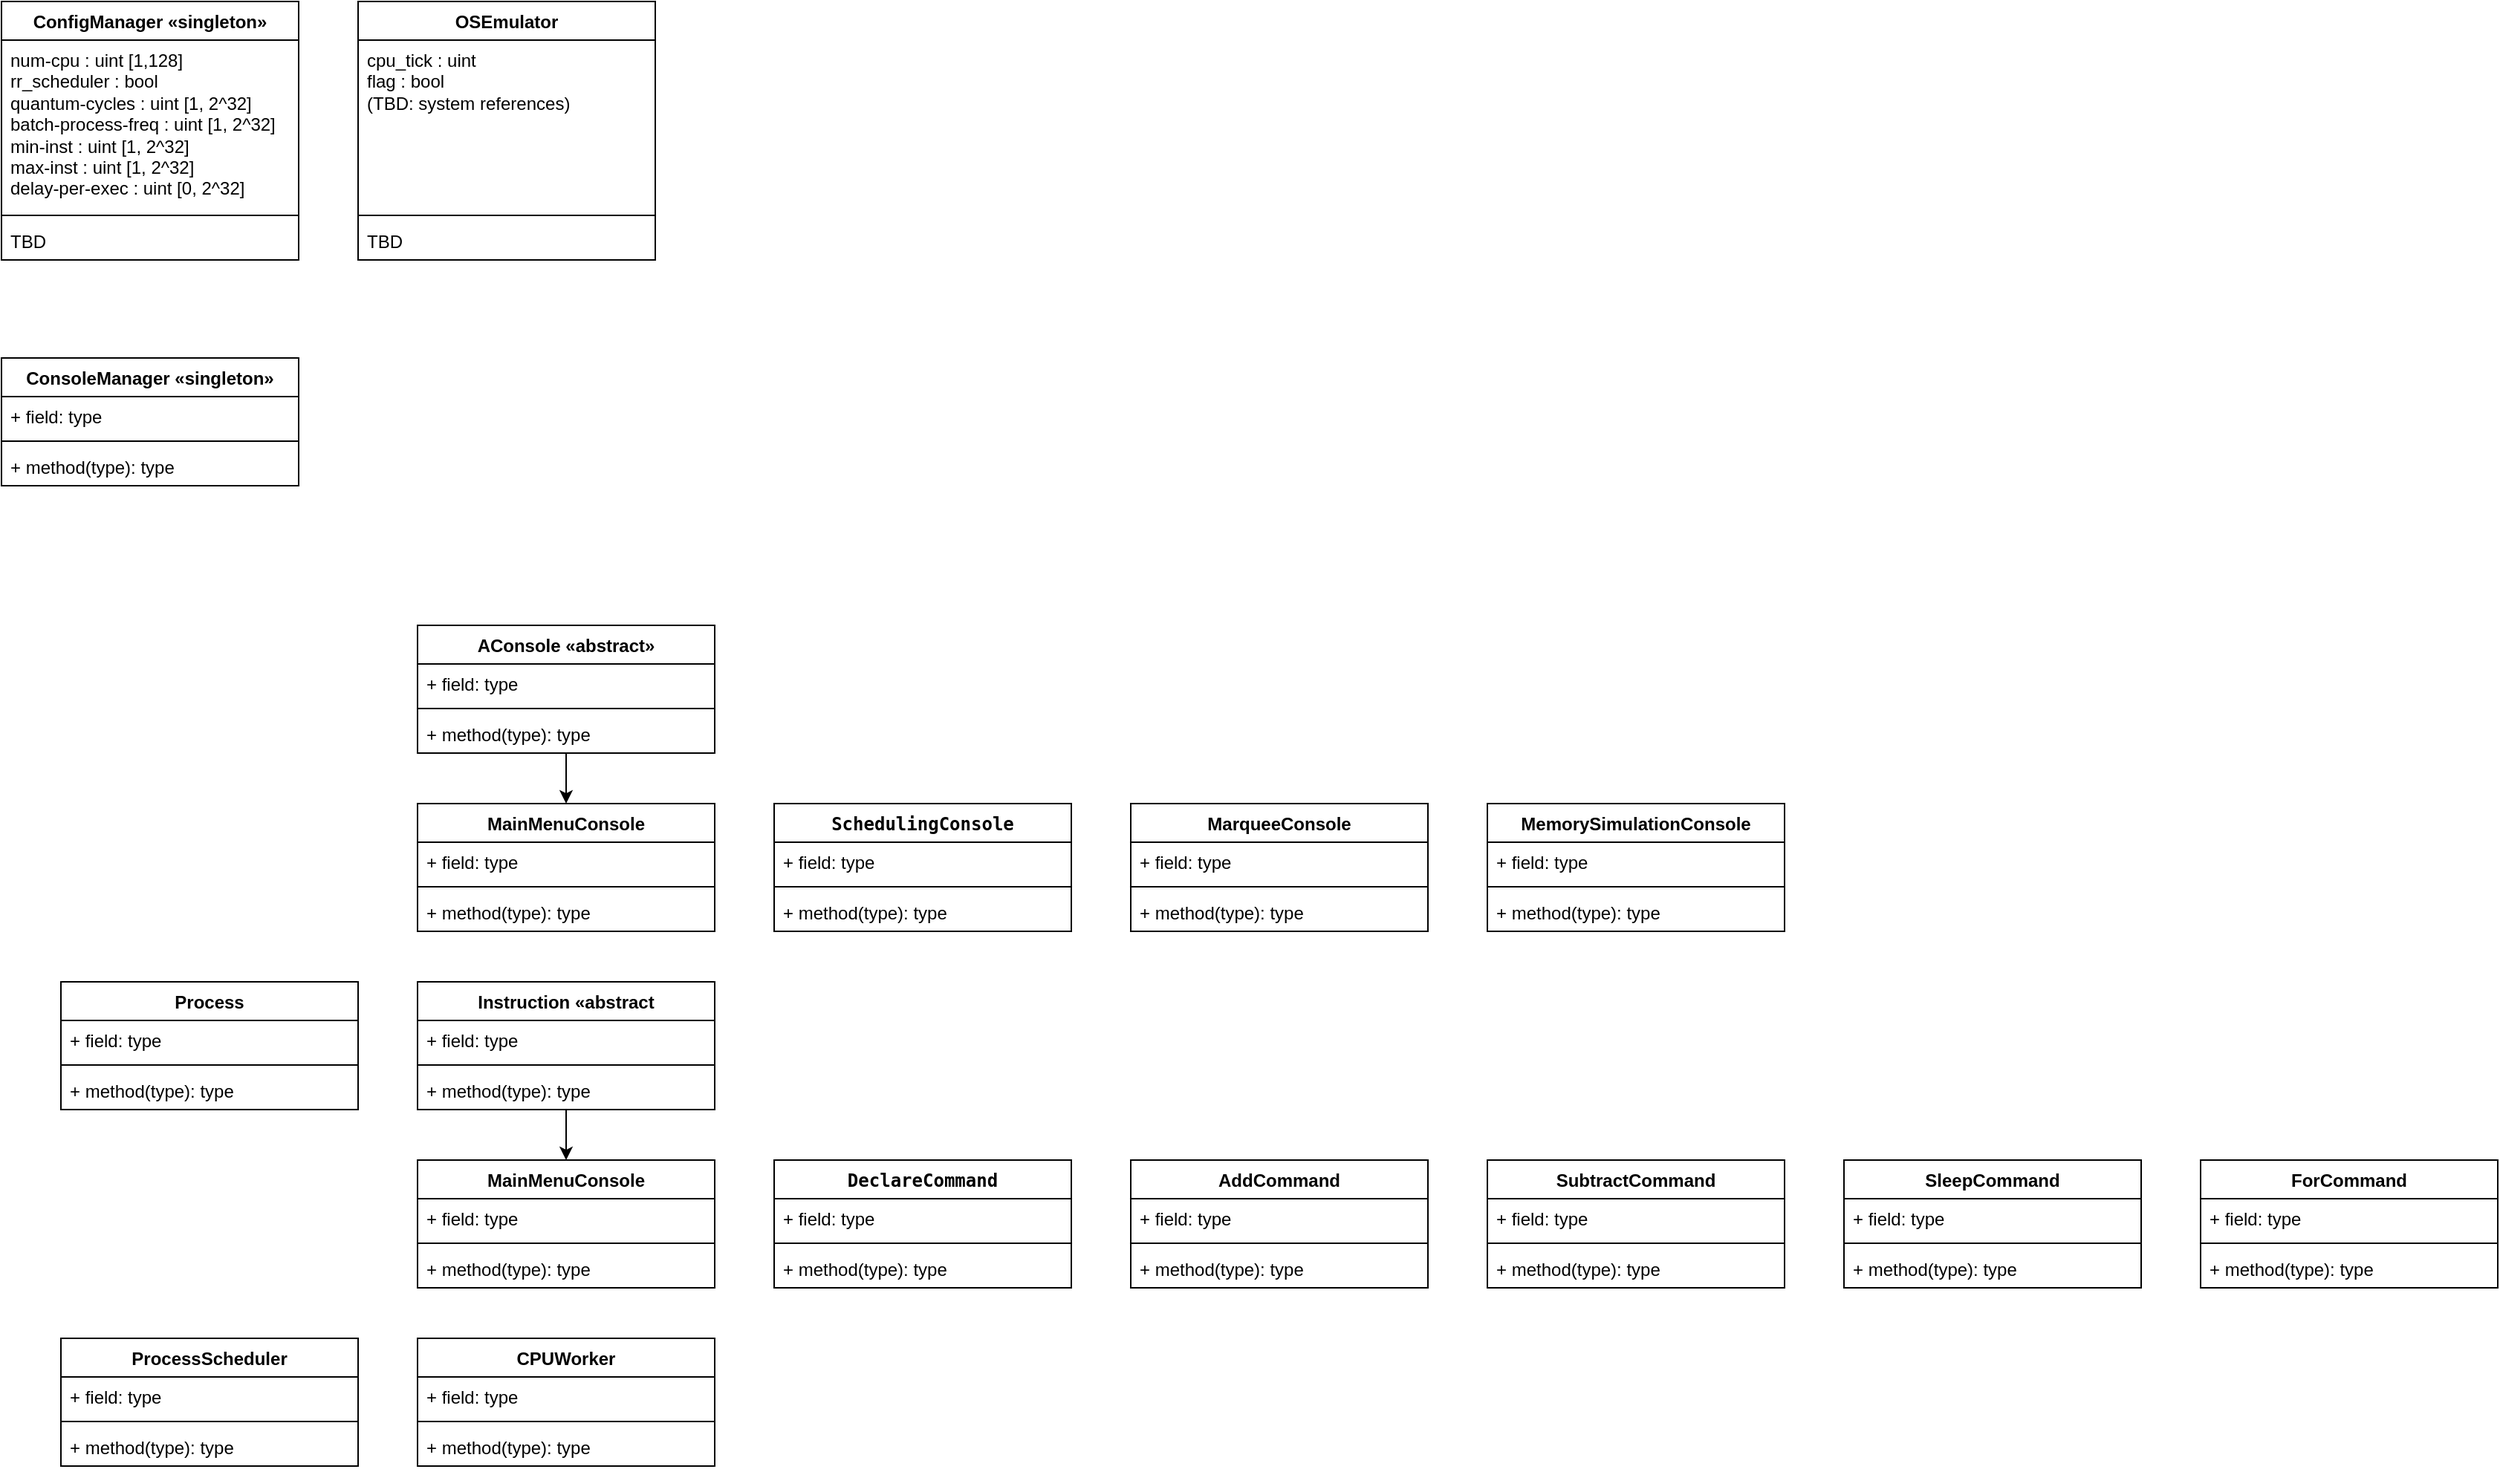
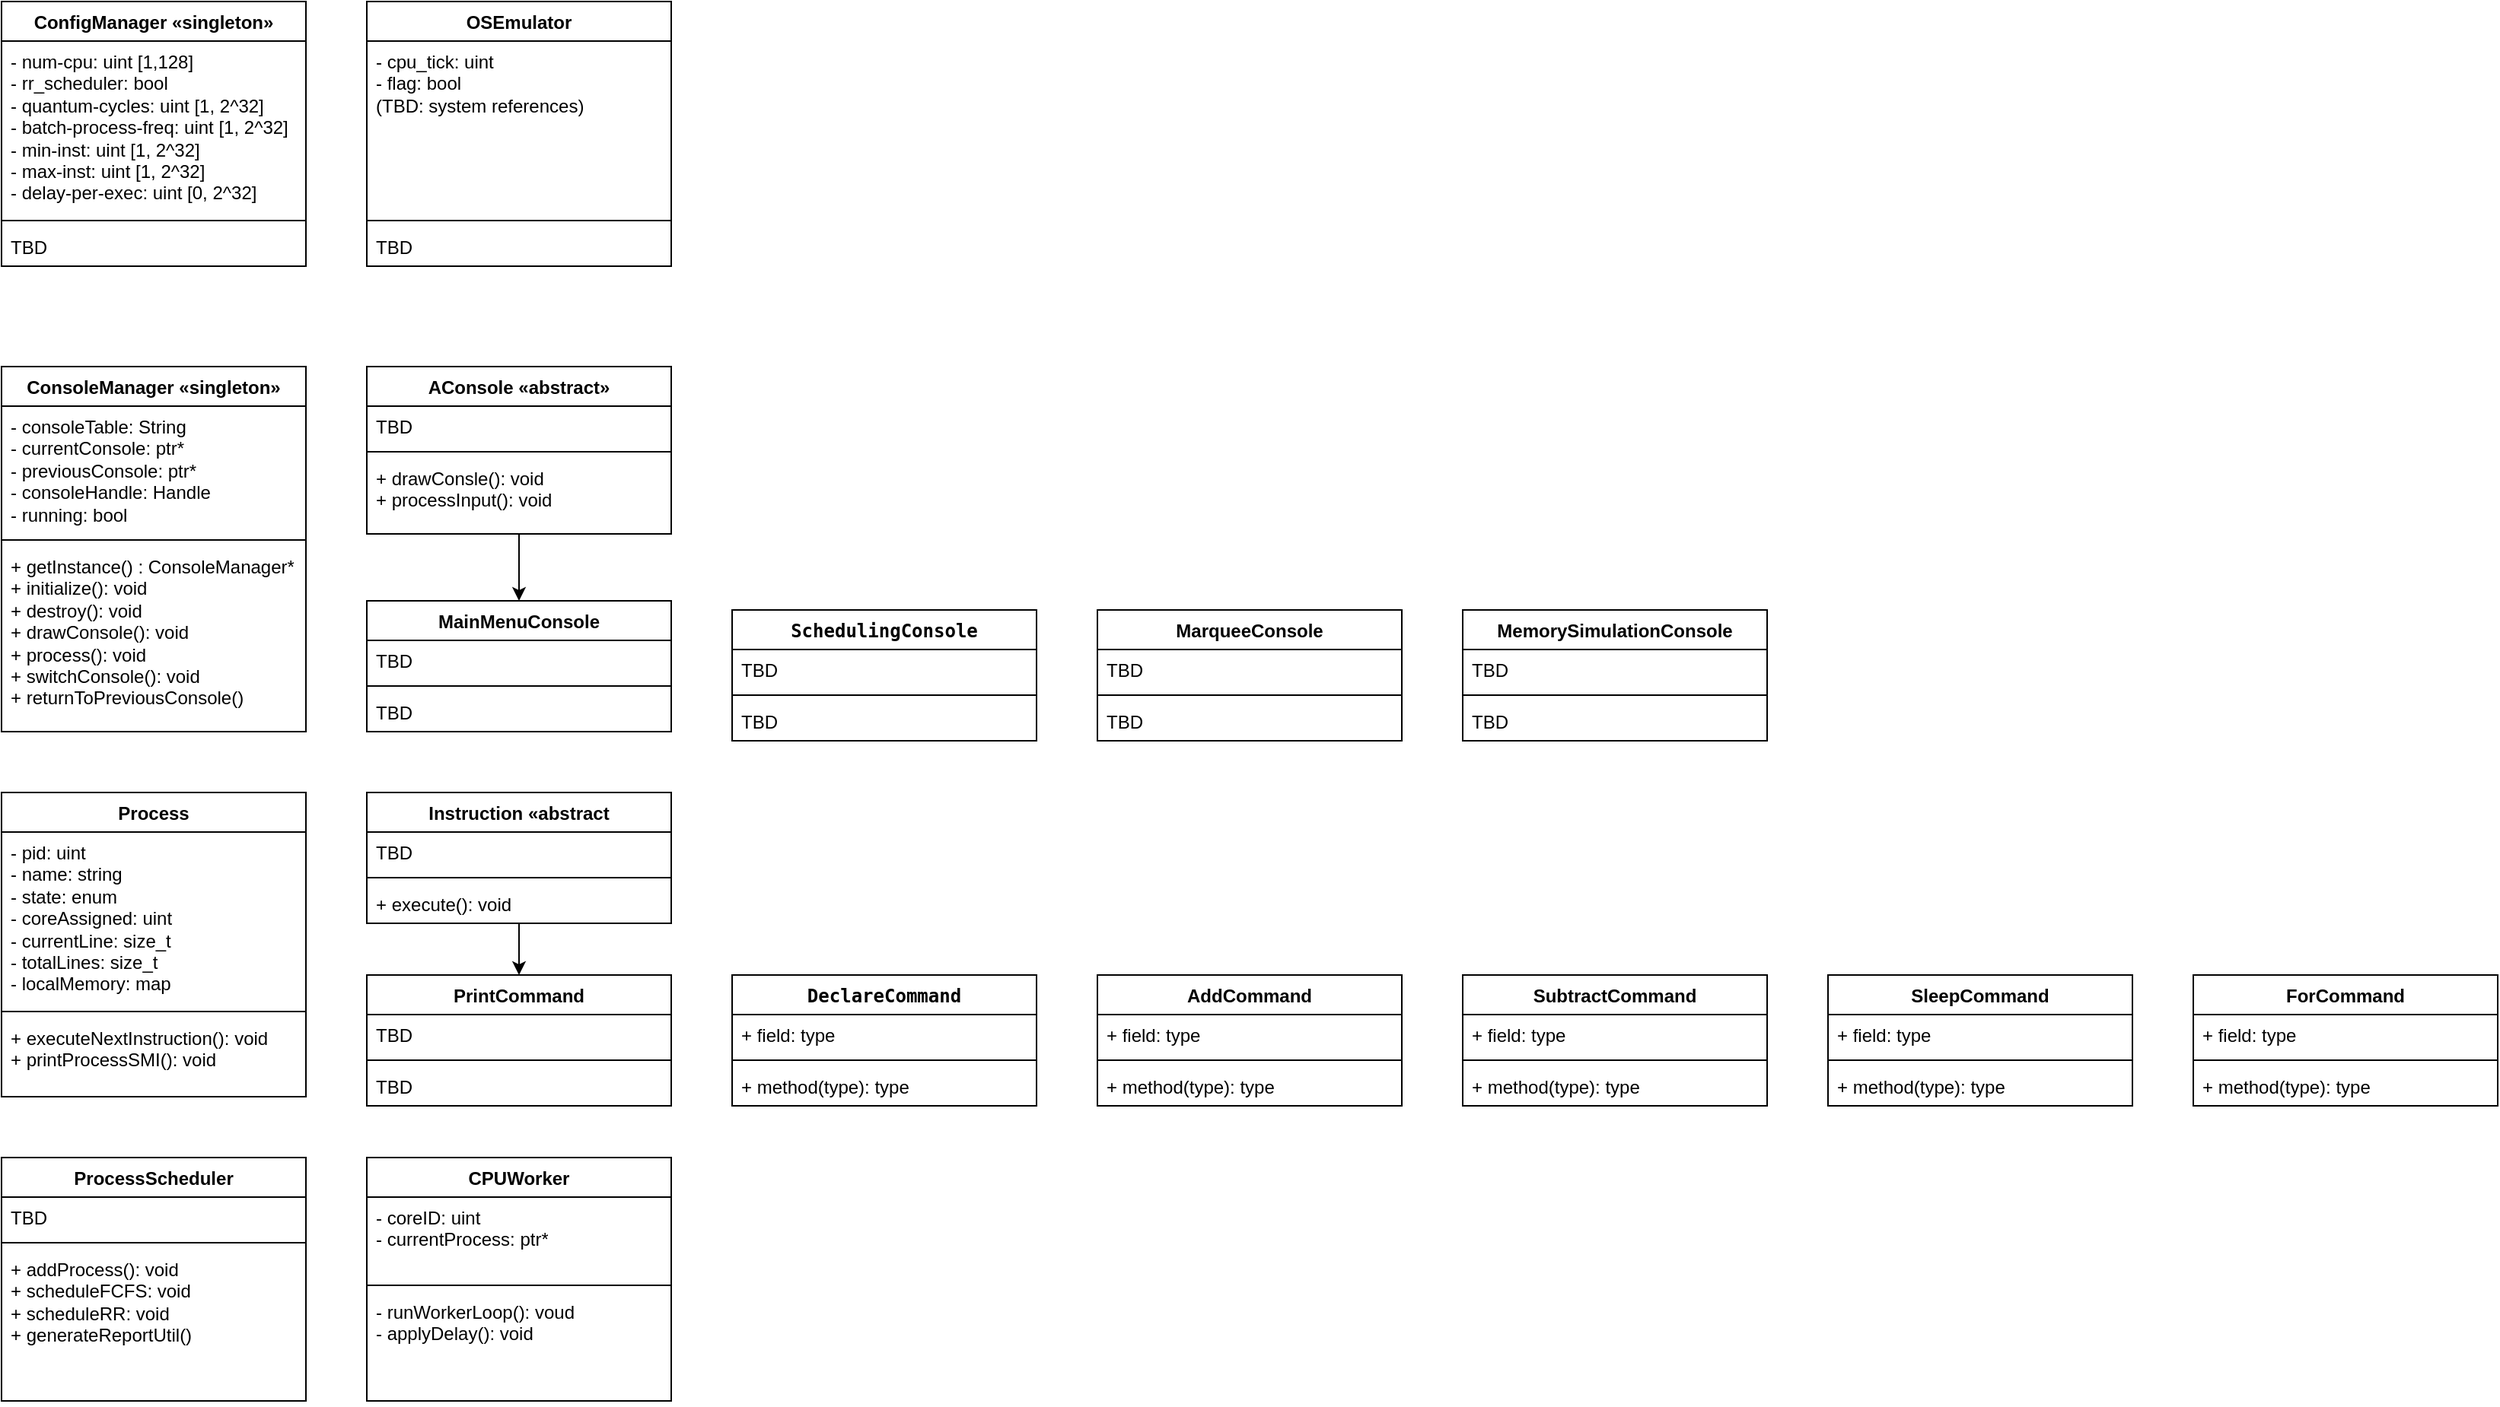
<mxfile host="app.diagrams.net">
  <diagram name="Page-1" id="mhzhfAHdAvd1u4DtlYfK">
-     <mxGraphModel dx="505" dy="592" grid="1" gridSize="10" guides="1" tooltips="1" connect="1" arrows="1" fold="1" page="1" pageScale="1" pageWidth="850" pageHeight="1100" math="0" shadow="0">
+     <mxGraphModel dx="1402" dy="1644" grid="1" gridSize="10" guides="1" tooltips="1" connect="1" arrows="1" fold="1" page="1" pageScale="1" pageWidth="850" pageHeight="1100" math="0" shadow="0">
      <root>
        <mxCell id="0" />
        <mxCell id="1" parent="0" />
        <mxCell id="atyyegPUwtKBydV5J7IY-3" parent="1" style="swimlane;fontStyle=1;align=center;verticalAlign=top;childLayout=stackLayout;horizontal=1;startSize=26;horizontalStack=0;resizeParent=1;resizeParentMax=0;resizeLast=0;collapsible=1;marginBottom=0;whiteSpace=wrap;html=1;" value="ConfigManager «singleton»" vertex="1">
          <mxGeometry height="174" width="200" x="40" y="40" as="geometry" />
        </mxCell>
-         <mxCell id="atyyegPUwtKBydV5J7IY-4" parent="atyyegPUwtKBydV5J7IY-3" style="text;strokeColor=none;fillColor=none;align=left;verticalAlign=top;spacingLeft=4;spacingRight=4;overflow=hidden;rotatable=0;points=[[0,0.5],[1,0.5]];portConstraint=eastwest;whiteSpace=wrap;html=1;" value="num-cpu : uint [1,128]&lt;div&gt;rr_scheduler : bool&lt;/div&gt;&lt;div&gt;quantum-cycles : uint [1, 2^32]&lt;/div&gt;&lt;div&gt;batch-process-freq : uint [1, 2^32]&lt;/div&gt;&lt;div&gt;min-inst : uint [1, 2^32]&lt;/div&gt;&lt;div&gt;max-inst : uint [1, 2^32]&lt;/div&gt;&lt;div&gt;delay-per-exec : uint [0, 2^32]&lt;/div&gt;" vertex="1">
+         <mxCell id="atyyegPUwtKBydV5J7IY-4" parent="atyyegPUwtKBydV5J7IY-3" style="text;strokeColor=none;fillColor=none;align=left;verticalAlign=top;spacingLeft=4;spacingRight=4;overflow=hidden;rotatable=0;points=[[0,0.5],[1,0.5]];portConstraint=eastwest;whiteSpace=wrap;html=1;" value="- num-cpu: uint [1,128]&lt;div&gt;- rr_scheduler: bool&lt;/div&gt;&lt;div&gt;- quantum-cycles: uint [1, 2^32]&lt;/div&gt;&lt;div&gt;- batch-process-freq: uint [1, 2^32]&lt;/div&gt;&lt;div&gt;- min-inst: uint [1, 2^32]&lt;/div&gt;&lt;div&gt;- max-inst: uint [1, 2^32]&lt;/div&gt;&lt;div&gt;- delay-per-exec: uint [0, 2^32]&lt;/div&gt;" vertex="1">
          <mxGeometry height="114" width="200" y="26" as="geometry" />
        </mxCell>
        <mxCell id="atyyegPUwtKBydV5J7IY-5" parent="atyyegPUwtKBydV5J7IY-3" style="line;strokeWidth=1;fillColor=none;align=left;verticalAlign=middle;spacingTop=-1;spacingLeft=3;spacingRight=3;rotatable=0;labelPosition=right;points=[];portConstraint=eastwest;strokeColor=inherit;" value="" vertex="1">
          <mxGeometry height="8" width="200" y="140" as="geometry" />
        </mxCell>
        <mxCell id="atyyegPUwtKBydV5J7IY-6" parent="atyyegPUwtKBydV5J7IY-3" style="text;strokeColor=none;fillColor=none;align=left;verticalAlign=top;spacingLeft=4;spacingRight=4;overflow=hidden;rotatable=0;points=[[0,0.5],[1,0.5]];portConstraint=eastwest;whiteSpace=wrap;html=1;" value="TBD" vertex="1">
          <mxGeometry height="26" width="200" y="148" as="geometry" />
        </mxCell>
        <mxCell id="atyyegPUwtKBydV5J7IY-7" parent="1" style="swimlane;fontStyle=1;align=center;verticalAlign=top;childLayout=stackLayout;horizontal=1;startSize=26;horizontalStack=0;resizeParent=1;resizeParentMax=0;resizeLast=0;collapsible=1;marginBottom=0;whiteSpace=wrap;html=1;" value="OSEmulator" vertex="1">
          <mxGeometry height="174" width="200" x="280" y="40" as="geometry" />
        </mxCell>
-         <mxCell id="atyyegPUwtKBydV5J7IY-8" parent="atyyegPUwtKBydV5J7IY-7" style="text;strokeColor=none;fillColor=none;align=left;verticalAlign=top;spacingLeft=4;spacingRight=4;overflow=hidden;rotatable=0;points=[[0,0.5],[1,0.5]];portConstraint=eastwest;whiteSpace=wrap;html=1;" value="cpu_tick : uint&lt;div&gt;flag : bool&lt;/div&gt;&lt;div&gt;(TBD: system references)&lt;/div&gt;" vertex="1">
+         <mxCell id="atyyegPUwtKBydV5J7IY-8" parent="atyyegPUwtKBydV5J7IY-7" style="text;strokeColor=none;fillColor=none;align=left;verticalAlign=top;spacingLeft=4;spacingRight=4;overflow=hidden;rotatable=0;points=[[0,0.5],[1,0.5]];portConstraint=eastwest;whiteSpace=wrap;html=1;" value="- cpu_tick: uint&lt;div&gt;- flag: bool&lt;/div&gt;&lt;div&gt;(TBD: system references)&lt;/div&gt;" vertex="1">
          <mxGeometry height="114" width="200" y="26" as="geometry" />
        </mxCell>
        <mxCell id="atyyegPUwtKBydV5J7IY-9" parent="atyyegPUwtKBydV5J7IY-7" style="line;strokeWidth=1;fillColor=none;align=left;verticalAlign=middle;spacingTop=-1;spacingLeft=3;spacingRight=3;rotatable=0;labelPosition=right;points=[];portConstraint=eastwest;strokeColor=inherit;" value="" vertex="1">
          <mxGeometry height="8" width="200" y="140" as="geometry" />
        </mxCell>
        <mxCell id="atyyegPUwtKBydV5J7IY-10" parent="atyyegPUwtKBydV5J7IY-7" style="text;strokeColor=none;fillColor=none;align=left;verticalAlign=top;spacingLeft=4;spacingRight=4;overflow=hidden;rotatable=0;points=[[0,0.5],[1,0.5]];portConstraint=eastwest;whiteSpace=wrap;html=1;" value="TBD" vertex="1">
          <mxGeometry height="26" width="200" y="148" as="geometry" />
        </mxCell>
        <mxCell id="atyyegPUwtKBydV5J7IY-11" parent="1" style="swimlane;fontStyle=1;align=center;verticalAlign=top;childLayout=stackLayout;horizontal=1;startSize=26;horizontalStack=0;resizeParent=1;resizeParentMax=0;resizeLast=0;collapsible=1;marginBottom=0;whiteSpace=wrap;html=1;" value="ConsoleManager «singleton»" vertex="1">
-           <mxGeometry height="86" width="200" x="40" y="280" as="geometry" />
-         </mxCell>
-         <mxCell id="atyyegPUwtKBydV5J7IY-12" parent="atyyegPUwtKBydV5J7IY-11" style="text;strokeColor=none;fillColor=none;align=left;verticalAlign=top;spacingLeft=4;spacingRight=4;overflow=hidden;rotatable=0;points=[[0,0.5],[1,0.5]];portConstraint=eastwest;whiteSpace=wrap;html=1;" value="+ field: type" vertex="1">
-           <mxGeometry height="26" width="200" y="26" as="geometry" />
+           <mxGeometry height="240" width="200" x="40" y="280" as="geometry" />
+         </mxCell>
+         <mxCell id="atyyegPUwtKBydV5J7IY-12" parent="atyyegPUwtKBydV5J7IY-11" style="text;strokeColor=none;fillColor=none;align=left;verticalAlign=top;spacingLeft=4;spacingRight=4;overflow=hidden;rotatable=0;points=[[0,0.5],[1,0.5]];portConstraint=eastwest;whiteSpace=wrap;html=1;" value="- consoleTable:&amp;nbsp;String&lt;div&gt;- currentConsole: ptr*&lt;/div&gt;&lt;div&gt;- previousConsole: ptr*&lt;/div&gt;&lt;div&gt;- consoleHandle: Handle&lt;/div&gt;&lt;div&gt;- running: bool&lt;/div&gt;" vertex="1">
+           <mxGeometry height="84" width="200" y="26" as="geometry" />
        </mxCell>
        <mxCell id="atyyegPUwtKBydV5J7IY-13" parent="atyyegPUwtKBydV5J7IY-11" style="line;strokeWidth=1;fillColor=none;align=left;verticalAlign=middle;spacingTop=-1;spacingLeft=3;spacingRight=3;rotatable=0;labelPosition=right;points=[];portConstraint=eastwest;strokeColor=inherit;" value="" vertex="1">
-           <mxGeometry height="8" width="200" y="52" as="geometry" />
-         </mxCell>
-         <mxCell id="atyyegPUwtKBydV5J7IY-14" parent="atyyegPUwtKBydV5J7IY-11" style="text;strokeColor=none;fillColor=none;align=left;verticalAlign=top;spacingLeft=4;spacingRight=4;overflow=hidden;rotatable=0;points=[[0,0.5],[1,0.5]];portConstraint=eastwest;whiteSpace=wrap;html=1;" value="+ method(type): type" vertex="1">
-           <mxGeometry height="26" width="200" y="60" as="geometry" />
+           <mxGeometry height="8" width="200" y="110" as="geometry" />
+         </mxCell>
+         <mxCell id="atyyegPUwtKBydV5J7IY-14" parent="atyyegPUwtKBydV5J7IY-11" style="text;strokeColor=none;fillColor=none;align=left;verticalAlign=top;spacingLeft=4;spacingRight=4;overflow=hidden;rotatable=0;points=[[0,0.5],[1,0.5]];portConstraint=eastwest;whiteSpace=wrap;html=1;" value="+ getInstance() : ConsoleManager*&lt;div&gt;+ initialize(): void&lt;/div&gt;&lt;div&gt;+ destroy(): void&lt;/div&gt;&lt;div&gt;+ drawConsole(): void&lt;/div&gt;&lt;div&gt;+ process(): void&lt;/div&gt;&lt;div&gt;+ switchConsole(): void&lt;br&gt;&lt;div&gt;+ returnToPreviousConsole()&lt;br&gt;&lt;div&gt;&lt;br&gt;&lt;/div&gt;&lt;/div&gt;&lt;/div&gt;" vertex="1">
+           <mxGeometry height="122" width="200" y="118" as="geometry" />
        </mxCell>
        <mxCell id="atyyegPUwtKBydV5J7IY-79" edge="1" parent="1" source="atyyegPUwtKBydV5J7IY-15" style="edgeStyle=orthogonalEdgeStyle;rounded=0;orthogonalLoop=1;jettySize=auto;html=1;exitX=0.5;exitY=1;exitDx=0;exitDy=0;entryX=0.5;entryY=0;entryDx=0;entryDy=0;" target="atyyegPUwtKBydV5J7IY-36">
          <mxGeometry relative="1" as="geometry" />
        </mxCell>
        <mxCell id="atyyegPUwtKBydV5J7IY-15" parent="1" style="swimlane;fontStyle=1;align=center;verticalAlign=top;childLayout=stackLayout;horizontal=1;startSize=26;horizontalStack=0;resizeParent=1;resizeParentMax=0;resizeLast=0;collapsible=1;marginBottom=0;whiteSpace=wrap;html=1;" value="AConsole «abstract»" vertex="1">
-           <mxGeometry height="86" width="200" x="320" y="460" as="geometry" />
-         </mxCell>
-         <mxCell id="atyyegPUwtKBydV5J7IY-16" parent="atyyegPUwtKBydV5J7IY-15" style="text;strokeColor=none;fillColor=none;align=left;verticalAlign=top;spacingLeft=4;spacingRight=4;overflow=hidden;rotatable=0;points=[[0,0.5],[1,0.5]];portConstraint=eastwest;whiteSpace=wrap;html=1;" value="+ field: type" vertex="1">
+           <mxGeometry height="110" width="200" x="280" y="280" as="geometry" />
+         </mxCell>
+         <mxCell id="atyyegPUwtKBydV5J7IY-16" parent="atyyegPUwtKBydV5J7IY-15" style="text;strokeColor=none;fillColor=none;align=left;verticalAlign=top;spacingLeft=4;spacingRight=4;overflow=hidden;rotatable=0;points=[[0,0.5],[1,0.5]];portConstraint=eastwest;whiteSpace=wrap;html=1;" value="TBD" vertex="1">
          <mxGeometry height="26" width="200" y="26" as="geometry" />
        </mxCell>
        <mxCell id="atyyegPUwtKBydV5J7IY-17" parent="atyyegPUwtKBydV5J7IY-15" style="line;strokeWidth=1;fillColor=none;align=left;verticalAlign=middle;spacingTop=-1;spacingLeft=3;spacingRight=3;rotatable=0;labelPosition=right;points=[];portConstraint=eastwest;strokeColor=inherit;" value="" vertex="1">
          <mxGeometry height="8" width="200" y="52" as="geometry" />
        </mxCell>
-         <mxCell id="atyyegPUwtKBydV5J7IY-18" parent="atyyegPUwtKBydV5J7IY-15" style="text;strokeColor=none;fillColor=none;align=left;verticalAlign=top;spacingLeft=4;spacingRight=4;overflow=hidden;rotatable=0;points=[[0,0.5],[1,0.5]];portConstraint=eastwest;whiteSpace=wrap;html=1;" value="+ method(type): type" vertex="1">
-           <mxGeometry height="26" width="200" y="60" as="geometry" />
+         <mxCell id="atyyegPUwtKBydV5J7IY-18" parent="atyyegPUwtKBydV5J7IY-15" style="text;strokeColor=none;fillColor=none;align=left;verticalAlign=top;spacingLeft=4;spacingRight=4;overflow=hidden;rotatable=0;points=[[0,0.5],[1,0.5]];portConstraint=eastwest;whiteSpace=wrap;html=1;" value="+ drawConsle(): void&lt;div&gt;+ processInput(): void&lt;/div&gt;" vertex="1">
+           <mxGeometry height="50" width="200" y="60" as="geometry" />
        </mxCell>
        <mxCell id="atyyegPUwtKBydV5J7IY-19" parent="1" style="swimlane;fontStyle=1;align=center;verticalAlign=top;childLayout=stackLayout;horizontal=1;startSize=26;horizontalStack=0;resizeParent=1;resizeParentMax=0;resizeLast=0;collapsible=1;marginBottom=0;whiteSpace=wrap;html=1;" value="Process" vertex="1">
-           <mxGeometry height="86" width="200" x="80" y="700" as="geometry" />
-         </mxCell>
-         <mxCell id="atyyegPUwtKBydV5J7IY-20" parent="atyyegPUwtKBydV5J7IY-19" style="text;strokeColor=none;fillColor=none;align=left;verticalAlign=top;spacingLeft=4;spacingRight=4;overflow=hidden;rotatable=0;points=[[0,0.5],[1,0.5]];portConstraint=eastwest;whiteSpace=wrap;html=1;" value="+ field: type" vertex="1">
-           <mxGeometry height="26" width="200" y="26" as="geometry" />
+           <mxGeometry height="200" width="200" x="40" y="560" as="geometry" />
+         </mxCell>
+         <mxCell id="atyyegPUwtKBydV5J7IY-20" parent="atyyegPUwtKBydV5J7IY-19" style="text;strokeColor=none;fillColor=none;align=left;verticalAlign=top;spacingLeft=4;spacingRight=4;overflow=hidden;rotatable=0;points=[[0,0.5],[1,0.5]];portConstraint=eastwest;whiteSpace=wrap;html=1;" value="- pid: uint&lt;div&gt;- name: string&lt;/div&gt;&lt;div&gt;- state: enum&lt;/div&gt;&lt;div&gt;- coreAssigned: uint&lt;/div&gt;&lt;div&gt;- currentLine: size_t&lt;/div&gt;&lt;div&gt;- totalLines: size_t&lt;/div&gt;&lt;div&gt;- localMemory: map&lt;/div&gt;" vertex="1">
+           <mxGeometry height="114" width="200" y="26" as="geometry" />
        </mxCell>
        <mxCell id="atyyegPUwtKBydV5J7IY-21" parent="atyyegPUwtKBydV5J7IY-19" style="line;strokeWidth=1;fillColor=none;align=left;verticalAlign=middle;spacingTop=-1;spacingLeft=3;spacingRight=3;rotatable=0;labelPosition=right;points=[];portConstraint=eastwest;strokeColor=inherit;" value="" vertex="1">
-           <mxGeometry height="8" width="200" y="52" as="geometry" />
-         </mxCell>
-         <mxCell id="atyyegPUwtKBydV5J7IY-22" parent="atyyegPUwtKBydV5J7IY-19" style="text;strokeColor=none;fillColor=none;align=left;verticalAlign=top;spacingLeft=4;spacingRight=4;overflow=hidden;rotatable=0;points=[[0,0.5],[1,0.5]];portConstraint=eastwest;whiteSpace=wrap;html=1;" value="+ method(type): type" vertex="1">
-           <mxGeometry height="26" width="200" y="60" as="geometry" />
+           <mxGeometry height="8" width="200" y="140" as="geometry" />
+         </mxCell>
+         <mxCell id="atyyegPUwtKBydV5J7IY-22" parent="atyyegPUwtKBydV5J7IY-19" style="text;strokeColor=none;fillColor=none;align=left;verticalAlign=top;spacingLeft=4;spacingRight=4;overflow=hidden;rotatable=0;points=[[0,0.5],[1,0.5]];portConstraint=eastwest;whiteSpace=wrap;html=1;" value="+ executeNextInstruction(): void&lt;div&gt;+ printProcessSMI(): void&lt;/div&gt;" vertex="1">
+           <mxGeometry height="52" width="200" y="148" as="geometry" />
        </mxCell>
        <mxCell id="atyyegPUwtKBydV5J7IY-78" edge="1" parent="1" source="atyyegPUwtKBydV5J7IY-23" style="edgeStyle=orthogonalEdgeStyle;rounded=0;orthogonalLoop=1;jettySize=auto;html=1;exitX=0.5;exitY=1;exitDx=0;exitDy=0;entryX=0.5;entryY=0;entryDx=0;entryDy=0;" target="atyyegPUwtKBydV5J7IY-58">
          <mxGeometry relative="1" as="geometry" />
        </mxCell>
        <mxCell id="atyyegPUwtKBydV5J7IY-23" parent="1" style="swimlane;fontStyle=1;align=center;verticalAlign=top;childLayout=stackLayout;horizontal=1;startSize=26;horizontalStack=0;resizeParent=1;resizeParentMax=0;resizeLast=0;collapsible=1;marginBottom=0;whiteSpace=wrap;html=1;" value="Instruction «abstract" vertex="1">
-           <mxGeometry height="86" width="200" x="320" y="700" as="geometry" />
-         </mxCell>
-         <mxCell id="atyyegPUwtKBydV5J7IY-24" parent="atyyegPUwtKBydV5J7IY-23" style="text;strokeColor=none;fillColor=none;align=left;verticalAlign=top;spacingLeft=4;spacingRight=4;overflow=hidden;rotatable=0;points=[[0,0.5],[1,0.5]];portConstraint=eastwest;whiteSpace=wrap;html=1;" value="+ field: type" vertex="1">
+           <mxGeometry height="86" width="200" x="280" y="560" as="geometry" />
+         </mxCell>
+         <mxCell id="atyyegPUwtKBydV5J7IY-24" parent="atyyegPUwtKBydV5J7IY-23" style="text;strokeColor=none;fillColor=none;align=left;verticalAlign=top;spacingLeft=4;spacingRight=4;overflow=hidden;rotatable=0;points=[[0,0.5],[1,0.5]];portConstraint=eastwest;whiteSpace=wrap;html=1;" value="TBD" vertex="1">
          <mxGeometry height="26" width="200" y="26" as="geometry" />
        </mxCell>
        <mxCell id="atyyegPUwtKBydV5J7IY-25" parent="atyyegPUwtKBydV5J7IY-23" style="line;strokeWidth=1;fillColor=none;align=left;verticalAlign=middle;spacingTop=-1;spacingLeft=3;spacingRight=3;rotatable=0;labelPosition=right;points=[];portConstraint=eastwest;strokeColor=inherit;" value="" vertex="1">
          <mxGeometry height="8" width="200" y="52" as="geometry" />
        </mxCell>
-         <mxCell id="atyyegPUwtKBydV5J7IY-26" parent="atyyegPUwtKBydV5J7IY-23" style="text;strokeColor=none;fillColor=none;align=left;verticalAlign=top;spacingLeft=4;spacingRight=4;overflow=hidden;rotatable=0;points=[[0,0.5],[1,0.5]];portConstraint=eastwest;whiteSpace=wrap;html=1;" value="+ method(type): type" vertex="1">
+         <mxCell id="atyyegPUwtKBydV5J7IY-26" parent="atyyegPUwtKBydV5J7IY-23" style="text;strokeColor=none;fillColor=none;align=left;verticalAlign=top;spacingLeft=4;spacingRight=4;overflow=hidden;rotatable=0;points=[[0,0.5],[1,0.5]];portConstraint=eastwest;whiteSpace=wrap;html=1;" value="+ execute(): void" vertex="1">
          <mxGeometry height="26" width="200" y="60" as="geometry" />
        </mxCell>
        <mxCell id="atyyegPUwtKBydV5J7IY-27" parent="1" style="swimlane;fontStyle=1;align=center;verticalAlign=top;childLayout=stackLayout;horizontal=1;startSize=26;horizontalStack=0;resizeParent=1;resizeParentMax=0;resizeLast=0;collapsible=1;marginBottom=0;whiteSpace=wrap;html=1;" value="ProcessScheduler" vertex="1">
-           <mxGeometry height="86" width="200" x="80" y="940" as="geometry" />
-         </mxCell>
-         <mxCell id="atyyegPUwtKBydV5J7IY-28" parent="atyyegPUwtKBydV5J7IY-27" style="text;strokeColor=none;fillColor=none;align=left;verticalAlign=top;spacingLeft=4;spacingRight=4;overflow=hidden;rotatable=0;points=[[0,0.5],[1,0.5]];portConstraint=eastwest;whiteSpace=wrap;html=1;" value="+ field: type" vertex="1">
+           <mxGeometry height="160" width="200" x="40" y="800" as="geometry" />
+         </mxCell>
+         <mxCell id="atyyegPUwtKBydV5J7IY-28" parent="atyyegPUwtKBydV5J7IY-27" style="text;strokeColor=none;fillColor=none;align=left;verticalAlign=top;spacingLeft=4;spacingRight=4;overflow=hidden;rotatable=0;points=[[0,0.5],[1,0.5]];portConstraint=eastwest;whiteSpace=wrap;html=1;" value="TBD" vertex="1">
          <mxGeometry height="26" width="200" y="26" as="geometry" />
        </mxCell>
        <mxCell id="atyyegPUwtKBydV5J7IY-29" parent="atyyegPUwtKBydV5J7IY-27" style="line;strokeWidth=1;fillColor=none;align=left;verticalAlign=middle;spacingTop=-1;spacingLeft=3;spacingRight=3;rotatable=0;labelPosition=right;points=[];portConstraint=eastwest;strokeColor=inherit;" value="" vertex="1">
          <mxGeometry height="8" width="200" y="52" as="geometry" />
        </mxCell>
-         <mxCell id="atyyegPUwtKBydV5J7IY-30" parent="atyyegPUwtKBydV5J7IY-27" style="text;strokeColor=none;fillColor=none;align=left;verticalAlign=top;spacingLeft=4;spacingRight=4;overflow=hidden;rotatable=0;points=[[0,0.5],[1,0.5]];portConstraint=eastwest;whiteSpace=wrap;html=1;" value="+ method(type): type" vertex="1">
-           <mxGeometry height="26" width="200" y="60" as="geometry" />
+         <mxCell id="atyyegPUwtKBydV5J7IY-30" parent="atyyegPUwtKBydV5J7IY-27" style="text;strokeColor=none;fillColor=none;align=left;verticalAlign=top;spacingLeft=4;spacingRight=4;overflow=hidden;rotatable=0;points=[[0,0.5],[1,0.5]];portConstraint=eastwest;whiteSpace=wrap;html=1;" value="+ addProcess(): void&lt;div&gt;+ scheduleFCFS: void&lt;/div&gt;&lt;div&gt;+ scheduleRR: void&lt;/div&gt;&lt;div&gt;+ generateReportUtil()&lt;/div&gt;&lt;div&gt;&lt;br&gt;&lt;/div&gt;" vertex="1">
+           <mxGeometry height="100" width="200" y="60" as="geometry" />
        </mxCell>
        <mxCell id="atyyegPUwtKBydV5J7IY-31" parent="1" style="swimlane;fontStyle=1;align=center;verticalAlign=top;childLayout=stackLayout;horizontal=1;startSize=26;horizontalStack=0;resizeParent=1;resizeParentMax=0;resizeLast=0;collapsible=1;marginBottom=0;whiteSpace=wrap;html=1;" value="CPUWorker" vertex="1">
-           <mxGeometry height="86" width="200" x="320" y="940" as="geometry" />
-         </mxCell>
-         <mxCell id="atyyegPUwtKBydV5J7IY-32" parent="atyyegPUwtKBydV5J7IY-31" style="text;strokeColor=none;fillColor=none;align=left;verticalAlign=top;spacingLeft=4;spacingRight=4;overflow=hidden;rotatable=0;points=[[0,0.5],[1,0.5]];portConstraint=eastwest;whiteSpace=wrap;html=1;" value="+ field: type" vertex="1">
-           <mxGeometry height="26" width="200" y="26" as="geometry" />
+           <mxGeometry height="160" width="200" x="280" y="800" as="geometry" />
+         </mxCell>
+         <mxCell id="atyyegPUwtKBydV5J7IY-32" parent="atyyegPUwtKBydV5J7IY-31" style="text;strokeColor=none;fillColor=none;align=left;verticalAlign=top;spacingLeft=4;spacingRight=4;overflow=hidden;rotatable=0;points=[[0,0.5],[1,0.5]];portConstraint=eastwest;whiteSpace=wrap;html=1;" value="- coreID: uint&lt;div&gt;- currentProcess: ptr*&lt;/div&gt;" vertex="1">
+           <mxGeometry height="54" width="200" y="26" as="geometry" />
        </mxCell>
        <mxCell id="atyyegPUwtKBydV5J7IY-33" parent="atyyegPUwtKBydV5J7IY-31" style="line;strokeWidth=1;fillColor=none;align=left;verticalAlign=middle;spacingTop=-1;spacingLeft=3;spacingRight=3;rotatable=0;labelPosition=right;points=[];portConstraint=eastwest;strokeColor=inherit;" value="" vertex="1">
-           <mxGeometry height="8" width="200" y="52" as="geometry" />
-         </mxCell>
-         <mxCell id="atyyegPUwtKBydV5J7IY-34" parent="atyyegPUwtKBydV5J7IY-31" style="text;strokeColor=none;fillColor=none;align=left;verticalAlign=top;spacingLeft=4;spacingRight=4;overflow=hidden;rotatable=0;points=[[0,0.5],[1,0.5]];portConstraint=eastwest;whiteSpace=wrap;html=1;" value="+ method(type): type" vertex="1">
-           <mxGeometry height="26" width="200" y="60" as="geometry" />
+           <mxGeometry height="8" width="200" y="80" as="geometry" />
+         </mxCell>
+         <mxCell id="atyyegPUwtKBydV5J7IY-34" parent="atyyegPUwtKBydV5J7IY-31" style="text;strokeColor=none;fillColor=none;align=left;verticalAlign=top;spacingLeft=4;spacingRight=4;overflow=hidden;rotatable=0;points=[[0,0.5],[1,0.5]];portConstraint=eastwest;whiteSpace=wrap;html=1;" value="- runWorkerLoop(): voud&lt;div&gt;- applyDelay(): void&lt;/div&gt;" vertex="1">
+           <mxGeometry height="72" width="200" y="88" as="geometry" />
        </mxCell>
        <mxCell id="atyyegPUwtKBydV5J7IY-36" parent="1" style="swimlane;fontStyle=1;align=center;verticalAlign=top;childLayout=stackLayout;horizontal=1;startSize=26;horizontalStack=0;resizeParent=1;resizeParentMax=0;resizeLast=0;collapsible=1;marginBottom=0;whiteSpace=wrap;html=1;" value="MainMenuConsole" vertex="1">
-           <mxGeometry height="86" width="200" x="320" y="580" as="geometry" />
-         </mxCell>
-         <mxCell id="atyyegPUwtKBydV5J7IY-37" parent="atyyegPUwtKBydV5J7IY-36" style="text;strokeColor=none;fillColor=none;align=left;verticalAlign=top;spacingLeft=4;spacingRight=4;overflow=hidden;rotatable=0;points=[[0,0.5],[1,0.5]];portConstraint=eastwest;whiteSpace=wrap;html=1;" value="+ field: type" vertex="1">
+           <mxGeometry height="86" width="200" x="280" y="434" as="geometry" />
+         </mxCell>
+         <mxCell id="atyyegPUwtKBydV5J7IY-37" parent="atyyegPUwtKBydV5J7IY-36" style="text;strokeColor=none;fillColor=none;align=left;verticalAlign=top;spacingLeft=4;spacingRight=4;overflow=hidden;rotatable=0;points=[[0,0.5],[1,0.5]];portConstraint=eastwest;whiteSpace=wrap;html=1;" value="TBD" vertex="1">
          <mxGeometry height="26" width="200" y="26" as="geometry" />
        </mxCell>
        <mxCell id="atyyegPUwtKBydV5J7IY-38" parent="atyyegPUwtKBydV5J7IY-36" style="line;strokeWidth=1;fillColor=none;align=left;verticalAlign=middle;spacingTop=-1;spacingLeft=3;spacingRight=3;rotatable=0;labelPosition=right;points=[];portConstraint=eastwest;strokeColor=inherit;" value="" vertex="1">
          <mxGeometry height="8" width="200" y="52" as="geometry" />
        </mxCell>
-         <mxCell id="atyyegPUwtKBydV5J7IY-39" parent="atyyegPUwtKBydV5J7IY-36" style="text;strokeColor=none;fillColor=none;align=left;verticalAlign=top;spacingLeft=4;spacingRight=4;overflow=hidden;rotatable=0;points=[[0,0.5],[1,0.5]];portConstraint=eastwest;whiteSpace=wrap;html=1;" value="+ method(type): type" vertex="1">
+         <mxCell id="atyyegPUwtKBydV5J7IY-39" parent="atyyegPUwtKBydV5J7IY-36" style="text;strokeColor=none;fillColor=none;align=left;verticalAlign=top;spacingLeft=4;spacingRight=4;overflow=hidden;rotatable=0;points=[[0,0.5],[1,0.5]];portConstraint=eastwest;whiteSpace=wrap;html=1;" value="TBD" vertex="1">
          <mxGeometry height="26" width="200" y="60" as="geometry" />
        </mxCell>
        <mxCell id="atyyegPUwtKBydV5J7IY-40" parent="1" style="swimlane;fontStyle=1;align=center;verticalAlign=top;childLayout=stackLayout;horizontal=1;startSize=26;horizontalStack=0;resizeParent=1;resizeParentMax=0;resizeLast=0;collapsible=1;marginBottom=0;whiteSpace=wrap;html=1;" value="&lt;code data-path-to-node=&quot;18,1,0&quot; data-index-in-node=&quot;0&quot;&gt;SchedulingConsole&lt;/code&gt;" vertex="1">
-           <mxGeometry height="86" width="200" x="560" y="580" as="geometry" />
-         </mxCell>
-         <mxCell id="atyyegPUwtKBydV5J7IY-41" parent="atyyegPUwtKBydV5J7IY-40" style="text;strokeColor=none;fillColor=none;align=left;verticalAlign=top;spacingLeft=4;spacingRight=4;overflow=hidden;rotatable=0;points=[[0,0.5],[1,0.5]];portConstraint=eastwest;whiteSpace=wrap;html=1;" value="+ field: type" vertex="1">
+           <mxGeometry height="86" width="200" x="520" y="440" as="geometry" />
+         </mxCell>
+         <mxCell id="atyyegPUwtKBydV5J7IY-41" parent="atyyegPUwtKBydV5J7IY-40" style="text;strokeColor=none;fillColor=none;align=left;verticalAlign=top;spacingLeft=4;spacingRight=4;overflow=hidden;rotatable=0;points=[[0,0.5],[1,0.5]];portConstraint=eastwest;whiteSpace=wrap;html=1;" value="TBD" vertex="1">
          <mxGeometry height="26" width="200" y="26" as="geometry" />
        </mxCell>
        <mxCell id="atyyegPUwtKBydV5J7IY-42" parent="atyyegPUwtKBydV5J7IY-40" style="line;strokeWidth=1;fillColor=none;align=left;verticalAlign=middle;spacingTop=-1;spacingLeft=3;spacingRight=3;rotatable=0;labelPosition=right;points=[];portConstraint=eastwest;strokeColor=inherit;" value="" vertex="1">
          <mxGeometry height="8" width="200" y="52" as="geometry" />
        </mxCell>
-         <mxCell id="atyyegPUwtKBydV5J7IY-43" parent="atyyegPUwtKBydV5J7IY-40" style="text;strokeColor=none;fillColor=none;align=left;verticalAlign=top;spacingLeft=4;spacingRight=4;overflow=hidden;rotatable=0;points=[[0,0.5],[1,0.5]];portConstraint=eastwest;whiteSpace=wrap;html=1;" value="+ method(type): type" vertex="1">
+         <mxCell id="atyyegPUwtKBydV5J7IY-43" parent="atyyegPUwtKBydV5J7IY-40" style="text;strokeColor=none;fillColor=none;align=left;verticalAlign=top;spacingLeft=4;spacingRight=4;overflow=hidden;rotatable=0;points=[[0,0.5],[1,0.5]];portConstraint=eastwest;whiteSpace=wrap;html=1;" value="TBD" vertex="1">
          <mxGeometry height="26" width="200" y="60" as="geometry" />
        </mxCell>
        <mxCell id="atyyegPUwtKBydV5J7IY-44" parent="1" style="swimlane;fontStyle=1;align=center;verticalAlign=top;childLayout=stackLayout;horizontal=1;startSize=26;horizontalStack=0;resizeParent=1;resizeParentMax=0;resizeLast=0;collapsible=1;marginBottom=0;whiteSpace=wrap;html=1;" value="&lt;div&gt;MarqueeConsole&lt;/div&gt;" vertex="1">
-           <mxGeometry height="86" width="200" x="800" y="580" as="geometry" />
-         </mxCell>
-         <mxCell id="atyyegPUwtKBydV5J7IY-45" parent="atyyegPUwtKBydV5J7IY-44" style="text;strokeColor=none;fillColor=none;align=left;verticalAlign=top;spacingLeft=4;spacingRight=4;overflow=hidden;rotatable=0;points=[[0,0.5],[1,0.5]];portConstraint=eastwest;whiteSpace=wrap;html=1;" value="+ field: type" vertex="1">
+           <mxGeometry height="86" width="200" x="760" y="440" as="geometry" />
+         </mxCell>
+         <mxCell id="atyyegPUwtKBydV5J7IY-45" parent="atyyegPUwtKBydV5J7IY-44" style="text;strokeColor=none;fillColor=none;align=left;verticalAlign=top;spacingLeft=4;spacingRight=4;overflow=hidden;rotatable=0;points=[[0,0.5],[1,0.5]];portConstraint=eastwest;whiteSpace=wrap;html=1;" value="TBD" vertex="1">
          <mxGeometry height="26" width="200" y="26" as="geometry" />
        </mxCell>
        <mxCell id="atyyegPUwtKBydV5J7IY-46" parent="atyyegPUwtKBydV5J7IY-44" style="line;strokeWidth=1;fillColor=none;align=left;verticalAlign=middle;spacingTop=-1;spacingLeft=3;spacingRight=3;rotatable=0;labelPosition=right;points=[];portConstraint=eastwest;strokeColor=inherit;" value="" vertex="1">
          <mxGeometry height="8" width="200" y="52" as="geometry" />
        </mxCell>
-         <mxCell id="atyyegPUwtKBydV5J7IY-47" parent="atyyegPUwtKBydV5J7IY-44" style="text;strokeColor=none;fillColor=none;align=left;verticalAlign=top;spacingLeft=4;spacingRight=4;overflow=hidden;rotatable=0;points=[[0,0.5],[1,0.5]];portConstraint=eastwest;whiteSpace=wrap;html=1;" value="+ method(type): type" vertex="1">
+         <mxCell id="atyyegPUwtKBydV5J7IY-47" parent="atyyegPUwtKBydV5J7IY-44" style="text;strokeColor=none;fillColor=none;align=left;verticalAlign=top;spacingLeft=4;spacingRight=4;overflow=hidden;rotatable=0;points=[[0,0.5],[1,0.5]];portConstraint=eastwest;whiteSpace=wrap;html=1;" value="TBD" vertex="1">
          <mxGeometry height="26" width="200" y="60" as="geometry" />
        </mxCell>
        <mxCell id="atyyegPUwtKBydV5J7IY-48" parent="1" style="swimlane;fontStyle=1;align=center;verticalAlign=top;childLayout=stackLayout;horizontal=1;startSize=26;horizontalStack=0;resizeParent=1;resizeParentMax=0;resizeLast=0;collapsible=1;marginBottom=0;whiteSpace=wrap;html=1;" value="MemorySimulationConsole" vertex="1">
-           <mxGeometry height="86" width="200" x="1040" y="580" as="geometry" />
-         </mxCell>
-         <mxCell id="atyyegPUwtKBydV5J7IY-49" parent="atyyegPUwtKBydV5J7IY-48" style="text;strokeColor=none;fillColor=none;align=left;verticalAlign=top;spacingLeft=4;spacingRight=4;overflow=hidden;rotatable=0;points=[[0,0.5],[1,0.5]];portConstraint=eastwest;whiteSpace=wrap;html=1;" value="+ field: type" vertex="1">
+           <mxGeometry height="86" width="200" x="1000" y="440" as="geometry" />
+         </mxCell>
+         <mxCell id="atyyegPUwtKBydV5J7IY-49" parent="atyyegPUwtKBydV5J7IY-48" style="text;strokeColor=none;fillColor=none;align=left;verticalAlign=top;spacingLeft=4;spacingRight=4;overflow=hidden;rotatable=0;points=[[0,0.5],[1,0.5]];portConstraint=eastwest;whiteSpace=wrap;html=1;" value="TBD" vertex="1">
          <mxGeometry height="26" width="200" y="26" as="geometry" />
        </mxCell>
        <mxCell id="atyyegPUwtKBydV5J7IY-50" parent="atyyegPUwtKBydV5J7IY-48" style="line;strokeWidth=1;fillColor=none;align=left;verticalAlign=middle;spacingTop=-1;spacingLeft=3;spacingRight=3;rotatable=0;labelPosition=right;points=[];portConstraint=eastwest;strokeColor=inherit;" value="" vertex="1">
          <mxGeometry height="8" width="200" y="52" as="geometry" />
        </mxCell>
-         <mxCell id="atyyegPUwtKBydV5J7IY-51" parent="atyyegPUwtKBydV5J7IY-48" style="text;strokeColor=none;fillColor=none;align=left;verticalAlign=top;spacingLeft=4;spacingRight=4;overflow=hidden;rotatable=0;points=[[0,0.5],[1,0.5]];portConstraint=eastwest;whiteSpace=wrap;html=1;" value="+ method(type): type" vertex="1">
-           <mxGeometry height="26" width="200" y="60" as="geometry" />
-         </mxCell>
-         <mxCell id="atyyegPUwtKBydV5J7IY-58" parent="1" style="swimlane;fontStyle=1;align=center;verticalAlign=top;childLayout=stackLayout;horizontal=1;startSize=26;horizontalStack=0;resizeParent=1;resizeParentMax=0;resizeLast=0;collapsible=1;marginBottom=0;whiteSpace=wrap;html=1;" value="MainMenuConsole" vertex="1">
-           <mxGeometry height="86" width="200" x="320" y="820" as="geometry" />
-         </mxCell>
-         <mxCell id="atyyegPUwtKBydV5J7IY-59" parent="atyyegPUwtKBydV5J7IY-58" style="text;strokeColor=none;fillColor=none;align=left;verticalAlign=top;spacingLeft=4;spacingRight=4;overflow=hidden;rotatable=0;points=[[0,0.5],[1,0.5]];portConstraint=eastwest;whiteSpace=wrap;html=1;" value="+ field: type" vertex="1">
+         <mxCell id="atyyegPUwtKBydV5J7IY-51" parent="atyyegPUwtKBydV5J7IY-48" style="text;strokeColor=none;fillColor=none;align=left;verticalAlign=top;spacingLeft=4;spacingRight=4;overflow=hidden;rotatable=0;points=[[0,0.5],[1,0.5]];portConstraint=eastwest;whiteSpace=wrap;html=1;" value="TBD" vertex="1">
+           <mxGeometry height="26" width="200" y="60" as="geometry" />
+         </mxCell>
+         <mxCell id="atyyegPUwtKBydV5J7IY-58" parent="1" style="swimlane;fontStyle=1;align=center;verticalAlign=top;childLayout=stackLayout;horizontal=1;startSize=26;horizontalStack=0;resizeParent=1;resizeParentMax=0;resizeLast=0;collapsible=1;marginBottom=0;whiteSpace=wrap;html=1;" value="PrintCommand" vertex="1">
+           <mxGeometry height="86" width="200" x="280" y="680" as="geometry" />
+         </mxCell>
+         <mxCell id="atyyegPUwtKBydV5J7IY-59" parent="atyyegPUwtKBydV5J7IY-58" style="text;strokeColor=none;fillColor=none;align=left;verticalAlign=top;spacingLeft=4;spacingRight=4;overflow=hidden;rotatable=0;points=[[0,0.5],[1,0.5]];portConstraint=eastwest;whiteSpace=wrap;html=1;" value="TBD" vertex="1">
          <mxGeometry height="26" width="200" y="26" as="geometry" />
        </mxCell>
        <mxCell id="atyyegPUwtKBydV5J7IY-60" parent="atyyegPUwtKBydV5J7IY-58" style="line;strokeWidth=1;fillColor=none;align=left;verticalAlign=middle;spacingTop=-1;spacingLeft=3;spacingRight=3;rotatable=0;labelPosition=right;points=[];portConstraint=eastwest;strokeColor=inherit;" value="" vertex="1">
          <mxGeometry height="8" width="200" y="52" as="geometry" />
        </mxCell>
-         <mxCell id="atyyegPUwtKBydV5J7IY-61" parent="atyyegPUwtKBydV5J7IY-58" style="text;strokeColor=none;fillColor=none;align=left;verticalAlign=top;spacingLeft=4;spacingRight=4;overflow=hidden;rotatable=0;points=[[0,0.5],[1,0.5]];portConstraint=eastwest;whiteSpace=wrap;html=1;" value="+ method(type): type" vertex="1">
+         <mxCell id="atyyegPUwtKBydV5J7IY-61" parent="atyyegPUwtKBydV5J7IY-58" style="text;strokeColor=none;fillColor=none;align=left;verticalAlign=top;spacingLeft=4;spacingRight=4;overflow=hidden;rotatable=0;points=[[0,0.5],[1,0.5]];portConstraint=eastwest;whiteSpace=wrap;html=1;" value="TBD" vertex="1">
          <mxGeometry height="26" width="200" y="60" as="geometry" />
        </mxCell>
        <mxCell id="atyyegPUwtKBydV5J7IY-62" parent="1" style="swimlane;fontStyle=1;align=center;verticalAlign=top;childLayout=stackLayout;horizontal=1;startSize=26;horizontalStack=0;resizeParent=1;resizeParentMax=0;resizeLast=0;collapsible=1;marginBottom=0;whiteSpace=wrap;html=1;" value="&lt;code data-path-to-node=&quot;18,1,0&quot; data-index-in-node=&quot;0&quot;&gt;DeclareCommand&lt;/code&gt;" vertex="1">
-           <mxGeometry height="86" width="200" x="560" y="820" as="geometry" />
+           <mxGeometry height="86" width="200" x="520" y="680" as="geometry" />
        </mxCell>
        <mxCell id="atyyegPUwtKBydV5J7IY-63" parent="atyyegPUwtKBydV5J7IY-62" style="text;strokeColor=none;fillColor=none;align=left;verticalAlign=top;spacingLeft=4;spacingRight=4;overflow=hidden;rotatable=0;points=[[0,0.5],[1,0.5]];portConstraint=eastwest;whiteSpace=wrap;html=1;" value="+ field: type" vertex="1">
          <mxGeometry height="26" width="200" y="26" as="geometry" />
        </mxCell>
        <mxCell id="atyyegPUwtKBydV5J7IY-64" parent="atyyegPUwtKBydV5J7IY-62" style="line;strokeWidth=1;fillColor=none;align=left;verticalAlign=middle;spacingTop=-1;spacingLeft=3;spacingRight=3;rotatable=0;labelPosition=right;points=[];portConstraint=eastwest;strokeColor=inherit;" value="" vertex="1">
          <mxGeometry height="8" width="200" y="52" as="geometry" />
        </mxCell>
        <mxCell id="atyyegPUwtKBydV5J7IY-65" parent="atyyegPUwtKBydV5J7IY-62" style="text;strokeColor=none;fillColor=none;align=left;verticalAlign=top;spacingLeft=4;spacingRight=4;overflow=hidden;rotatable=0;points=[[0,0.5],[1,0.5]];portConstraint=eastwest;whiteSpace=wrap;html=1;" value="+ method(type): type" vertex="1">
          <mxGeometry height="26" width="200" y="60" as="geometry" />
        </mxCell>
        <mxCell id="atyyegPUwtKBydV5J7IY-66" parent="1" style="swimlane;fontStyle=1;align=center;verticalAlign=top;childLayout=stackLayout;horizontal=1;startSize=26;horizontalStack=0;resizeParent=1;resizeParentMax=0;resizeLast=0;collapsible=1;marginBottom=0;whiteSpace=wrap;html=1;" value="&lt;div&gt;AddCommand&lt;/div&gt;" vertex="1">
-           <mxGeometry height="86" width="200" x="800" y="820" as="geometry" />
+           <mxGeometry height="86" width="200" x="760" y="680" as="geometry" />
        </mxCell>
        <mxCell id="atyyegPUwtKBydV5J7IY-67" parent="atyyegPUwtKBydV5J7IY-66" style="text;strokeColor=none;fillColor=none;align=left;verticalAlign=top;spacingLeft=4;spacingRight=4;overflow=hidden;rotatable=0;points=[[0,0.5],[1,0.5]];portConstraint=eastwest;whiteSpace=wrap;html=1;" value="+ field: type" vertex="1">
          <mxGeometry height="26" width="200" y="26" as="geometry" />
        </mxCell>
        <mxCell id="atyyegPUwtKBydV5J7IY-68" parent="atyyegPUwtKBydV5J7IY-66" style="line;strokeWidth=1;fillColor=none;align=left;verticalAlign=middle;spacingTop=-1;spacingLeft=3;spacingRight=3;rotatable=0;labelPosition=right;points=[];portConstraint=eastwest;strokeColor=inherit;" value="" vertex="1">
          <mxGeometry height="8" width="200" y="52" as="geometry" />
        </mxCell>
        <mxCell id="atyyegPUwtKBydV5J7IY-69" parent="atyyegPUwtKBydV5J7IY-66" style="text;strokeColor=none;fillColor=none;align=left;verticalAlign=top;spacingLeft=4;spacingRight=4;overflow=hidden;rotatable=0;points=[[0,0.5],[1,0.5]];portConstraint=eastwest;whiteSpace=wrap;html=1;" value="+ method(type): type" vertex="1">
          <mxGeometry height="26" width="200" y="60" as="geometry" />
        </mxCell>
        <mxCell id="atyyegPUwtKBydV5J7IY-70" parent="1" style="swimlane;fontStyle=1;align=center;verticalAlign=top;childLayout=stackLayout;horizontal=1;startSize=26;horizontalStack=0;resizeParent=1;resizeParentMax=0;resizeLast=0;collapsible=1;marginBottom=0;whiteSpace=wrap;html=1;" value="SubtractCommand" vertex="1">
-           <mxGeometry height="86" width="200" x="1040" y="820" as="geometry" />
+           <mxGeometry height="86" width="200" x="1000" y="680" as="geometry" />
        </mxCell>
        <mxCell id="atyyegPUwtKBydV5J7IY-71" parent="atyyegPUwtKBydV5J7IY-70" style="text;strokeColor=none;fillColor=none;align=left;verticalAlign=top;spacingLeft=4;spacingRight=4;overflow=hidden;rotatable=0;points=[[0,0.5],[1,0.5]];portConstraint=eastwest;whiteSpace=wrap;html=1;" value="+ field: type" vertex="1">
          <mxGeometry height="26" width="200" y="26" as="geometry" />
        </mxCell>
        <mxCell id="atyyegPUwtKBydV5J7IY-72" parent="atyyegPUwtKBydV5J7IY-70" style="line;strokeWidth=1;fillColor=none;align=left;verticalAlign=middle;spacingTop=-1;spacingLeft=3;spacingRight=3;rotatable=0;labelPosition=right;points=[];portConstraint=eastwest;strokeColor=inherit;" value="" vertex="1">
          <mxGeometry height="8" width="200" y="52" as="geometry" />
        </mxCell>
        <mxCell id="atyyegPUwtKBydV5J7IY-73" parent="atyyegPUwtKBydV5J7IY-70" style="text;strokeColor=none;fillColor=none;align=left;verticalAlign=top;spacingLeft=4;spacingRight=4;overflow=hidden;rotatable=0;points=[[0,0.5],[1,0.5]];portConstraint=eastwest;whiteSpace=wrap;html=1;" value="+ method(type): type" vertex="1">
          <mxGeometry height="26" width="200" y="60" as="geometry" />
        </mxCell>
        <mxCell id="atyyegPUwtKBydV5J7IY-74" parent="1" style="swimlane;fontStyle=1;align=center;verticalAlign=top;childLayout=stackLayout;horizontal=1;startSize=26;horizontalStack=0;resizeParent=1;resizeParentMax=0;resizeLast=0;collapsible=1;marginBottom=0;whiteSpace=wrap;html=1;" value="SleepCommand" vertex="1">
-           <mxGeometry height="86" width="200" x="1280" y="820" as="geometry" />
+           <mxGeometry height="86" width="200" x="1240" y="680" as="geometry" />
        </mxCell>
        <mxCell id="atyyegPUwtKBydV5J7IY-75" parent="atyyegPUwtKBydV5J7IY-74" style="text;strokeColor=none;fillColor=none;align=left;verticalAlign=top;spacingLeft=4;spacingRight=4;overflow=hidden;rotatable=0;points=[[0,0.5],[1,0.5]];portConstraint=eastwest;whiteSpace=wrap;html=1;" value="+ field: type" vertex="1">
          <mxGeometry height="26" width="200" y="26" as="geometry" />
        </mxCell>
        <mxCell id="atyyegPUwtKBydV5J7IY-76" parent="atyyegPUwtKBydV5J7IY-74" style="line;strokeWidth=1;fillColor=none;align=left;verticalAlign=middle;spacingTop=-1;spacingLeft=3;spacingRight=3;rotatable=0;labelPosition=right;points=[];portConstraint=eastwest;strokeColor=inherit;" value="" vertex="1">
          <mxGeometry height="8" width="200" y="52" as="geometry" />
        </mxCell>
        <mxCell id="atyyegPUwtKBydV5J7IY-77" parent="atyyegPUwtKBydV5J7IY-74" style="text;strokeColor=none;fillColor=none;align=left;verticalAlign=top;spacingLeft=4;spacingRight=4;overflow=hidden;rotatable=0;points=[[0,0.5],[1,0.5]];portConstraint=eastwest;whiteSpace=wrap;html=1;" value="+ method(type): type" vertex="1">
          <mxGeometry height="26" width="200" y="60" as="geometry" />
        </mxCell>
        <mxCell id="atyyegPUwtKBydV5J7IY-80" parent="1" style="swimlane;fontStyle=1;align=center;verticalAlign=top;childLayout=stackLayout;horizontal=1;startSize=26;horizontalStack=0;resizeParent=1;resizeParentMax=0;resizeLast=0;collapsible=1;marginBottom=0;whiteSpace=wrap;html=1;" value="ForCommand" vertex="1">
-           <mxGeometry height="86" width="200" x="1520" y="820" as="geometry" />
+           <mxGeometry height="86" width="200" x="1480" y="680" as="geometry" />
        </mxCell>
        <mxCell id="atyyegPUwtKBydV5J7IY-81" parent="atyyegPUwtKBydV5J7IY-80" style="text;strokeColor=none;fillColor=none;align=left;verticalAlign=top;spacingLeft=4;spacingRight=4;overflow=hidden;rotatable=0;points=[[0,0.5],[1,0.5]];portConstraint=eastwest;whiteSpace=wrap;html=1;" value="+ field: type" vertex="1">
          <mxGeometry height="26" width="200" y="26" as="geometry" />
        </mxCell>
        <mxCell id="atyyegPUwtKBydV5J7IY-82" parent="atyyegPUwtKBydV5J7IY-80" style="line;strokeWidth=1;fillColor=none;align=left;verticalAlign=middle;spacingTop=-1;spacingLeft=3;spacingRight=3;rotatable=0;labelPosition=right;points=[];portConstraint=eastwest;strokeColor=inherit;" value="" vertex="1">
          <mxGeometry height="8" width="200" y="52" as="geometry" />
        </mxCell>
        <mxCell id="atyyegPUwtKBydV5J7IY-83" parent="atyyegPUwtKBydV5J7IY-80" style="text;strokeColor=none;fillColor=none;align=left;verticalAlign=top;spacingLeft=4;spacingRight=4;overflow=hidden;rotatable=0;points=[[0,0.5],[1,0.5]];portConstraint=eastwest;whiteSpace=wrap;html=1;" value="+ method(type): type" vertex="1">
          <mxGeometry height="26" width="200" y="60" as="geometry" />
        </mxCell>
      </root>
    </mxGraphModel>
  </diagram>
</mxfile>
